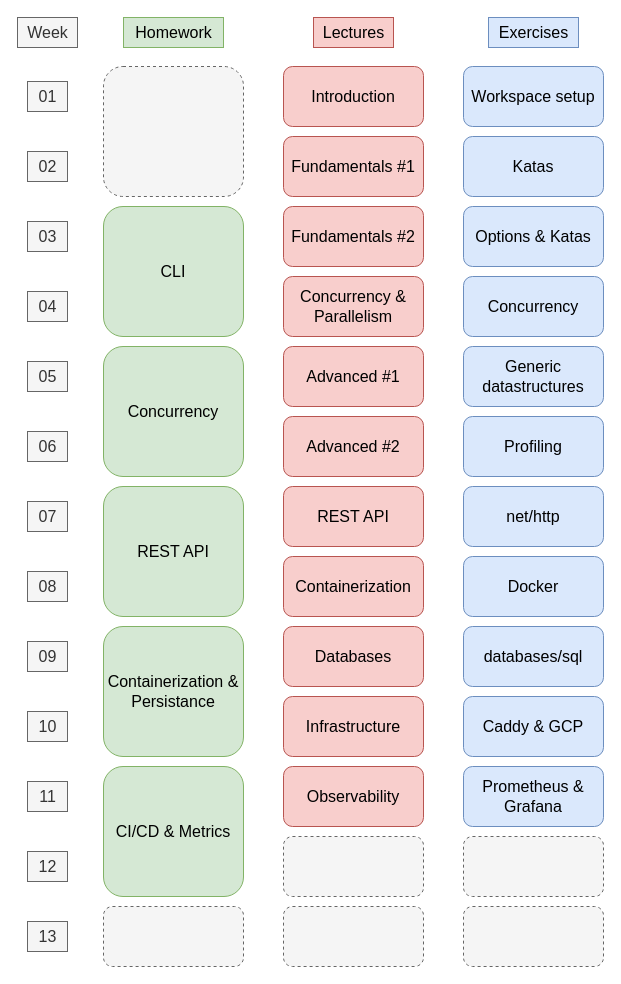
course-go/course keeps this draw.io diagram as assets/schedule.drawio. Above is the earlier version. Source tidied: cells renumbered, new cells numbered last; positions are measured from the earlier drawing's top-left corner, leaving out a move shared by most shapes. Both pictures are drawn from the tidied source at 100%, with x=0, y=0 at pixel (17, 17).
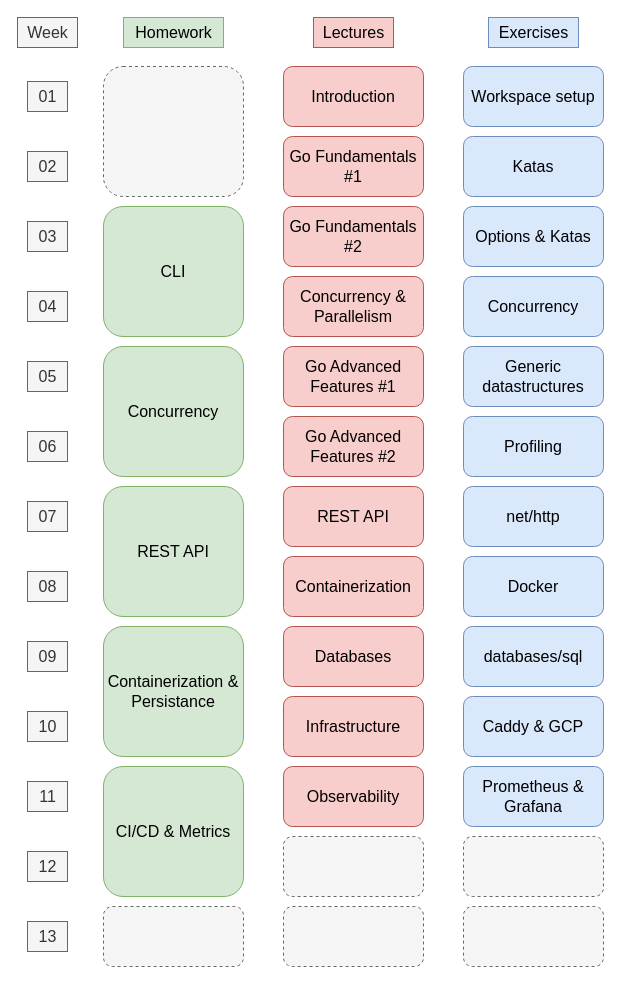
The same diagram, later.

Commit message (it also covers changes not shown here):
chore: update schedule diagram

The edit, as a diff of the source:
```diff
@@
-    <mxCell id="10" value="Fundamentals #1" style="rounded=1;whiteSpace=wrap;html=1;fontSize=16;fillColor=#f8cecc;strokeColor=#b85450;" parent="1" vertex="1">
+    <mxCell id="10" value="Go Fundamentals #1" style="rounded=1;whiteSpace=wrap;html=1;fontSize=16;fillColor=#f8cecc;strokeColor=#b85450;" parent="1" vertex="1">
       <mxGeometry x="266" y="119" width="140" height="60" as="geometry" />
     </mxCell>
-    <mxCell id="11" value="Fundamentals #2" style="rounded=1;whiteSpace=wrap;html=1;fontSize=16;fillColor=#f8cecc;strokeColor=#b85450;" parent="1" vertex="1">
+    <mxCell id="11" value="Go Fundamentals #2" style="rounded=1;whiteSpace=wrap;html=1;fontSize=16;fillColor=#f8cecc;strokeColor=#b85450;" parent="1" vertex="1">
       <mxGeometry x="266" y="189" width="140" height="60" as="geometry" />
     </mxCell>
@@
-    <mxCell id="13" value="Advanced #1" style="rounded=1;whiteSpace=wrap;html=1;fontSize=16;fillColor=#f8cecc;strokeColor=#b85450;" parent="1" vertex="1">
+    <mxCell id="13" value="Go Advanced Features #1" style="rounded=1;whiteSpace=wrap;html=1;fontSize=16;fillColor=#f8cecc;strokeColor=#b85450;" parent="1" vertex="1">
       <mxGeometry x="266" y="329" width="140" height="60" as="geometry" />
     </mxCell>
-    <mxCell id="14" value="Advanced #2" style="rounded=1;whiteSpace=wrap;html=1;fontSize=16;fillColor=#f8cecc;strokeColor=#b85450;" parent="1" vertex="1">
+    <mxCell id="14" value="Go Advanced Features #2" style="rounded=1;whiteSpace=wrap;html=1;fontSize=16;fillColor=#f8cecc;strokeColor=#b85450;" parent="1" vertex="1">
       <mxGeometry x="266" y="399" width="140" height="60" as="geometry" />
     </mxCell>
```
